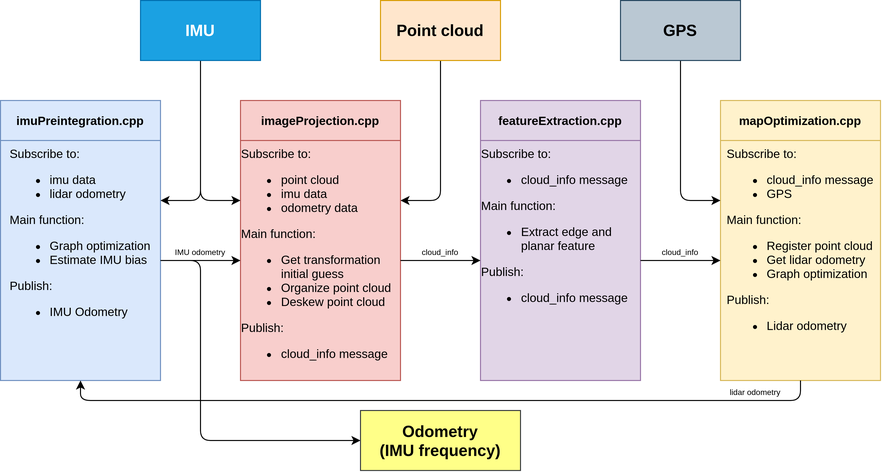
The draw.io diagram config/doc/system.png in navifra-lab/multicam_texturing, before a commit. Source tidied: cells renumbered, new cells last; positions are measured from the earlier drawing's top-left corner, leaving out a move shared by most shapes. The source it was exported from:
```xml
<mxGraphModel>
  <root>
    <mxCell id="0" />
    <mxCell id="1" parent="0" />
    <mxCell id="2" value="&lt;div style=&quot;text-align: left&quot;&gt;&lt;br&gt;&lt;/div&gt;" style="rounded=0;whiteSpace=wrap;html=1;fillColor=#fff2cc;strokeColor=#d6b656;" parent="1" vertex="1">
      <mxGeometry x="720" y="140" width="160" height="240" as="geometry" />
    </mxCell>
    <mxCell id="3" value="&lt;div style=&quot;text-align: left&quot;&gt;&lt;br&gt;&lt;/div&gt;" style="rounded=0;whiteSpace=wrap;html=1;fillColor=#e1d5e7;strokeColor=#9673a6;" parent="1" vertex="1">
      <mxGeometry x="480" y="140" width="160" height="240" as="geometry" />
    </mxCell>
    <mxCell id="4" value="&lt;div style=&quot;text-align: left&quot;&gt;&lt;br&gt;&lt;/div&gt;" style="rounded=0;whiteSpace=wrap;html=1;fillColor=#f8cecc;strokeColor=#b85450;" parent="1" vertex="1">
      <mxGeometry x="240" y="140" width="160" height="240" as="geometry" />
    </mxCell>
    <mxCell id="5" value="featureExtraction.cpp" style="rounded=0;whiteSpace=wrap;html=1;fillColor=#e1d5e7;strokeColor=#9673a6;fontStyle=1;" parent="1" vertex="1">
      <mxGeometry x="480" y="100" width="160" height="40" as="geometry" />
    </mxCell>
    <mxCell id="6" value="&lt;div style=&quot;text-align: left&quot;&gt;&lt;br&gt;&lt;/div&gt;" style="rounded=0;whiteSpace=wrap;html=1;fillColor=#dae8fc;strokeColor=#6c8ebf;" parent="1" vertex="1">
      <mxGeometry y="140" width="160" height="240" as="geometry" />
    </mxCell>
    <mxCell id="7" value="imageProjection.cpp" style="rounded=0;whiteSpace=wrap;html=1;fillColor=#f8cecc;strokeColor=#b85450;fontStyle=1;" parent="1" vertex="1">
      <mxGeometry x="240" y="100" width="160" height="40" as="geometry" />
    </mxCell>
    <mxCell id="8" style="edgeStyle=orthogonalEdgeStyle;rounded=1;jettySize=auto;html=1;entryX=0;entryY=0.5;entryDx=0;entryDy=0;" parent="1" edge="1" source="9" target="11">
      <mxGeometry relative="1" as="geometry" />
    </mxCell>
    <mxCell id="9" value="&lt;div style=&quot;text-align: left&quot;&gt;Subscribe to:&lt;/div&gt;&lt;div style=&quot;text-align: left&quot;&gt;&lt;ul&gt;&lt;li&gt;point cloud&lt;/li&gt;&lt;li&gt;imu data&lt;/li&gt;&lt;li&gt;odometry data&lt;/li&gt;&lt;/ul&gt;&lt;/div&gt;&lt;div style=&quot;text-align: left&quot;&gt;Main function:&lt;/div&gt;&lt;div style=&quot;text-align: left&quot;&gt;&lt;ul&gt;&lt;li&gt;Get transformation initial guess&lt;/li&gt;&lt;li&gt;Organize point cloud&lt;/li&gt;&lt;li&gt;Deskew point cloud&lt;/li&gt;&lt;/ul&gt;&lt;div&gt;Publish:&lt;/div&gt;&lt;div&gt;&lt;ul&gt;&lt;li&gt;cloud_info message&lt;/li&gt;&lt;/ul&gt;&lt;/div&gt;&lt;/div&gt;" style="text;html=1;strokeColor=none;fillColor=none;align=center;verticalAlign=top;whiteSpace=wrap;rounded=0;" parent="1" vertex="1">
      <mxGeometry x="240" y="140" width="160" height="240" as="geometry" />
    </mxCell>
    <mxCell id="10" style="edgeStyle=orthogonalEdgeStyle;rounded=1;jettySize=auto;html=1;entryX=0;entryY=0.5;entryDx=0;entryDy=0;" parent="1" edge="1" source="11" target="13">
      <mxGeometry relative="1" as="geometry" />
    </mxCell>
    <mxCell id="11" value="&lt;div style=&quot;text-align: left&quot;&gt;Subscribe to:&lt;/div&gt;&lt;div style=&quot;text-align: left&quot;&gt;&lt;ul&gt;&lt;li&gt;cloud_info message&lt;/li&gt;&lt;/ul&gt;&lt;/div&gt;&lt;div style=&quot;text-align: left&quot;&gt;Main function:&lt;/div&gt;&lt;div style=&quot;text-align: left&quot;&gt;&lt;ul&gt;&lt;li&gt;Extract edge and planar feature&lt;/li&gt;&lt;/ul&gt;&lt;div&gt;Publish:&lt;/div&gt;&lt;div&gt;&lt;ul&gt;&lt;li&gt;cloud_info message&lt;/li&gt;&lt;/ul&gt;&lt;/div&gt;&lt;/div&gt;" style="text;html=1;strokeColor=none;fillColor=none;align=center;verticalAlign=top;whiteSpace=wrap;rounded=0;" parent="1" vertex="1">
      <mxGeometry x="480" y="140" width="160" height="240" as="geometry" />
    </mxCell>
    <mxCell id="12" style="edgeStyle=orthogonalEdgeStyle;rounded=1;jettySize=auto;html=1;entryX=0.5;entryY=1;entryDx=0;entryDy=0;" parent="1" edge="1" source="13" target="16">
      <mxGeometry relative="1" as="geometry">
        <Array as="points">
          <mxPoint x="800" y="400" />
          <mxPoint x="80" y="400" />
        </Array>
      </mxGeometry>
    </mxCell>
    <mxCell id="13" value="&lt;div style=&quot;text-align: left&quot;&gt;Subscribe to:&lt;/div&gt;&lt;div style=&quot;text-align: left&quot;&gt;&lt;ul&gt;&lt;li&gt;cloud_info message&lt;/li&gt;&lt;li&gt;GPS&lt;/li&gt;&lt;/ul&gt;&lt;/div&gt;&lt;div style=&quot;text-align: left&quot;&gt;Main function:&lt;/div&gt;&lt;div style=&quot;text-align: left&quot;&gt;&lt;ul&gt;&lt;li&gt;Register point cloud&lt;/li&gt;&lt;li&gt;Get lidar odometry&lt;/li&gt;&lt;li&gt;Graph optimization&lt;/li&gt;&lt;/ul&gt;&lt;div&gt;Publish:&lt;/div&gt;&lt;div&gt;&lt;ul&gt;&lt;li&gt;Lidar odometry&lt;/li&gt;&lt;/ul&gt;&lt;/div&gt;&lt;/div&gt;" style="text;html=1;strokeColor=none;fillColor=none;align=center;verticalAlign=top;whiteSpace=wrap;rounded=0;" parent="1" vertex="1">
      <mxGeometry x="720" y="140" width="160" height="240" as="geometry" />
    </mxCell>
    <mxCell id="14" style="edgeStyle=orthogonalEdgeStyle;rounded=1;jettySize=auto;html=1;entryX=0;entryY=0.5;entryDx=0;entryDy=0;" parent="1" edge="1" source="16" target="9">
      <mxGeometry relative="1" as="geometry" />
    </mxCell>
    <mxCell id="15" style="edgeStyle=orthogonalEdgeStyle;rounded=1;jettySize=auto;html=1;entryX=0;entryY=0.5;entryDx=0;entryDy=0;" parent="1" edge="1" source="16" target="30">
      <mxGeometry relative="1" as="geometry">
        <Array as="points">
          <mxPoint x="200" y="260" />
          <mxPoint x="200" y="440" />
        </Array>
      </mxGeometry>
    </mxCell>
    <mxCell id="16" value="&lt;div style=&quot;text-align: left&quot;&gt;Subscribe to:&lt;/div&gt;&lt;div style=&quot;text-align: left&quot;&gt;&lt;ul&gt;&lt;li&gt;imu data&lt;/li&gt;&lt;li&gt;lidar odometry&lt;/li&gt;&lt;/ul&gt;&lt;/div&gt;&lt;div style=&quot;text-align: left&quot;&gt;Main function:&lt;/div&gt;&lt;div style=&quot;text-align: left&quot;&gt;&lt;ul&gt;&lt;li&gt;Graph optimization&lt;/li&gt;&lt;li&gt;Estimate IMU bias&lt;/li&gt;&lt;/ul&gt;&lt;div&gt;Publish:&lt;/div&gt;&lt;div&gt;&lt;ul&gt;&lt;li&gt;IMU Odometry&lt;/li&gt;&lt;/ul&gt;&lt;/div&gt;&lt;/div&gt;" style="text;html=1;strokeColor=none;fillColor=none;align=center;verticalAlign=top;whiteSpace=wrap;rounded=0;" parent="1" vertex="1">
      <mxGeometry y="140" width="160" height="240" as="geometry" />
    </mxCell>
    <mxCell id="17" value="mapOptimization.cpp" style="rounded=0;whiteSpace=wrap;html=1;fillColor=#fff2cc;strokeColor=#d6b656;fontStyle=1;" parent="1" vertex="1">
      <mxGeometry x="720" y="100" width="160" height="40" as="geometry" />
    </mxCell>
    <mxCell id="18" value="imuPreintegration.cpp" style="rounded=0;whiteSpace=wrap;html=1;fillColor=#dae8fc;strokeColor=#6c8ebf;fontStyle=1;" parent="1" vertex="1">
      <mxGeometry y="100" width="160" height="40" as="geometry" />
    </mxCell>
    <mxCell id="19" style="edgeStyle=orthogonalEdgeStyle;rounded=1;jettySize=auto;html=1;entryX=0;entryY=0.25;entryDx=0;entryDy=0;" parent="1" edge="1" source="21" target="9">
      <mxGeometry relative="1" as="geometry" />
    </mxCell>
    <mxCell id="20" style="edgeStyle=orthogonalEdgeStyle;rounded=1;jettySize=auto;html=1;entryX=1;entryY=0.25;entryDx=0;entryDy=0;" parent="1" edge="1" source="21" target="16">
      <mxGeometry relative="1" as="geometry" />
    </mxCell>
    <mxCell id="21" value="IMU" style="rounded=0;whiteSpace=wrap;html=1;fillColor=#1ba1e2;strokeColor=#006EAF;fontColor=#ffffff;fontSize=16;fontStyle=1;" parent="1" vertex="1">
      <mxGeometry x="140" width="120" height="60" as="geometry" />
    </mxCell>
    <mxCell id="22" style="edgeStyle=orthogonalEdgeStyle;rounded=1;jettySize=auto;html=1;entryX=1;entryY=0.25;entryDx=0;entryDy=0;" parent="1" edge="1" source="23" target="9">
      <mxGeometry relative="1" as="geometry" />
    </mxCell>
    <mxCell id="23" value="Point cloud" style="rounded=0;whiteSpace=wrap;html=1;fillColor=#ffe6cc;strokeColor=#d79b00;fontSize=16;fontStyle=1;" parent="1" vertex="1">
      <mxGeometry x="380" width="120" height="60" as="geometry" />
    </mxCell>
    <mxCell id="24" style="edgeStyle=orthogonalEdgeStyle;rounded=1;jettySize=auto;html=1;entryX=0;entryY=0.25;entryDx=0;entryDy=0;" parent="1" edge="1" source="25" target="13">
      <mxGeometry relative="1" as="geometry" />
    </mxCell>
    <mxCell id="25" value="GPS" style="rounded=0;whiteSpace=wrap;html=1;fillColor=#bac8d3;strokeColor=#23445d;fontSize=16;fontStyle=1;" parent="1" vertex="1">
      <mxGeometry x="620" width="120" height="60" as="geometry" />
    </mxCell>
    <mxCell id="26" value="&lt;font style=&quot;font-size: 8px&quot;&gt;cloud_info&lt;/font&gt;" style="text;html=1;strokeColor=none;fillColor=none;align=center;verticalAlign=middle;whiteSpace=wrap;rounded=0;" parent="1" vertex="1">
      <mxGeometry x="420" y="240" width="40" height="20" as="geometry" />
    </mxCell>
    <mxCell id="27" value="&lt;font style=&quot;font-size: 8px&quot;&gt;cloud_info&lt;/font&gt;" style="text;html=1;strokeColor=none;fillColor=none;align=center;verticalAlign=middle;whiteSpace=wrap;rounded=0;" parent="1" vertex="1">
      <mxGeometry x="660" y="240" width="40" height="20" as="geometry" />
    </mxCell>
    <mxCell id="28" value="&lt;font style=&quot;font-size: 8px&quot;&gt;lidar odometry&lt;/font&gt;" style="text;html=1;strokeColor=none;fillColor=none;align=center;verticalAlign=middle;whiteSpace=wrap;rounded=0;" parent="1" vertex="1">
      <mxGeometry x="720" y="380" width="70" height="20" as="geometry" />
    </mxCell>
    <mxCell id="29" value="&lt;font style=&quot;font-size: 8px&quot;&gt;IMU odometry&lt;/font&gt;" style="text;html=1;strokeColor=none;fillColor=none;align=center;verticalAlign=middle;whiteSpace=wrap;rounded=0;" parent="1" vertex="1">
      <mxGeometry x="165" y="240" width="70" height="20" as="geometry" />
    </mxCell>
    <mxCell id="30" value="Odometry&lt;br style=&quot;font-size: 16px;&quot;&gt;(IMU frequency)" style="rounded=0;whiteSpace=wrap;html=1;fillColor=#ffff88;strokeColor=#36393d;fontSize=16;fontStyle=1;" parent="1" vertex="1">
      <mxGeometry x="360" y="410" width="160" height="60" as="geometry" />
    </mxCell>
  </root>
</mxGraphModel>
```
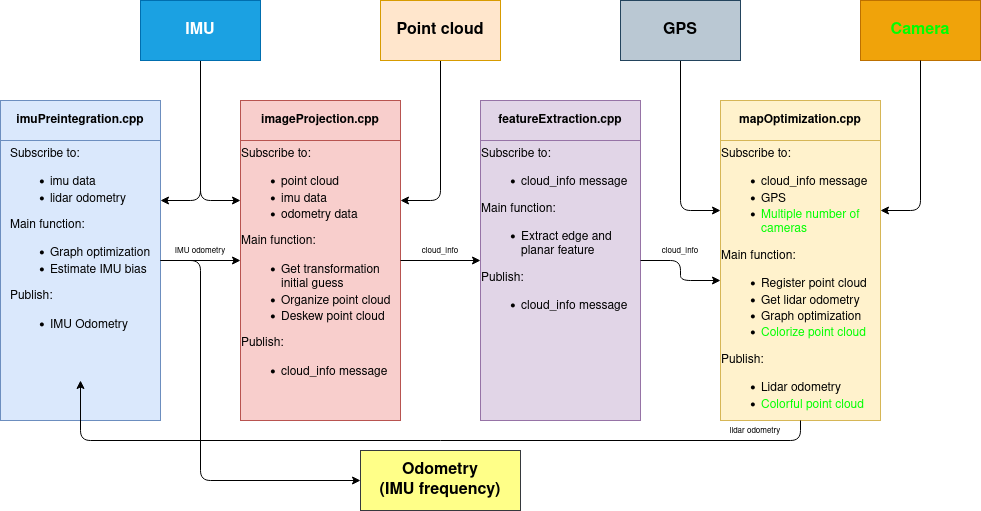
Above is the later version.

Change to the diagram source:
```diff
@@ -3,19 +3,19 @@
     <mxCell id="0" />
     <mxCell id="1" parent="0" />
     <mxCell id="2" value="&lt;div style=&quot;text-align: left&quot;&gt;&lt;br&gt;&lt;/div&gt;" style="rounded=0;whiteSpace=wrap;html=1;fillColor=#fff2cc;strokeColor=#d6b656;" parent="1" vertex="1">
-      <mxGeometry x="720" y="140" width="160" height="240" as="geometry" />
+      <mxGeometry x="720" y="140" width="160" height="280" as="geometry" />
     </mxCell>
     <mxCell id="3" value="&lt;div style=&quot;text-align: left&quot;&gt;&lt;br&gt;&lt;/div&gt;" style="rounded=0;whiteSpace=wrap;html=1;fillColor=#e1d5e7;strokeColor=#9673a6;" parent="1" vertex="1">
-      <mxGeometry x="480" y="140" width="160" height="240" as="geometry" />
+      <mxGeometry x="480" y="140" width="160" height="280" as="geometry" />
     </mxCell>
     <mxCell id="4" value="&lt;div style=&quot;text-align: left&quot;&gt;&lt;br&gt;&lt;/div&gt;" style="rounded=0;whiteSpace=wrap;html=1;fillColor=#f8cecc;strokeColor=#b85450;" parent="1" vertex="1">
-      <mxGeometry x="240" y="140" width="160" height="240" as="geometry" />
+      <mxGeometry x="240" y="140" width="160" height="280" as="geometry" />
     </mxCell>
     <mxCell id="5" value="featureExtraction.cpp" style="rounded=0;whiteSpace=wrap;html=1;fillColor=#e1d5e7;strokeColor=#9673a6;fontStyle=1;" parent="1" vertex="1">
       <mxGeometry x="480" y="100" width="160" height="40" as="geometry" />
     </mxCell>
     <mxCell id="6" value="&lt;div style=&quot;text-align: left&quot;&gt;&lt;br&gt;&lt;/div&gt;" style="rounded=0;whiteSpace=wrap;html=1;fillColor=#dae8fc;strokeColor=#6c8ebf;" parent="1" vertex="1">
-      <mxGeometry y="140" width="160" height="240" as="geometry" />
+      <mxGeometry y="140" width="160" height="280" as="geometry" />
     </mxCell>
     <mxCell id="7" value="imageProjection.cpp" style="rounded=0;whiteSpace=wrap;html=1;fillColor=#f8cecc;strokeColor=#b85450;fontStyle=1;" parent="1" vertex="1">
       <mxGeometry x="240" y="100" width="160" height="40" as="geometry" />
@@ -35,13 +35,13 @@
     <mxCell id="12" style="edgeStyle=orthogonalEdgeStyle;rounded=1;jettySize=auto;html=1;entryX=0.5;entryY=1;entryDx=0;entryDy=0;" parent="1" edge="1" source="13" target="16">
       <mxGeometry relative="1" as="geometry">
         <Array as="points">
-          <mxPoint x="800" y="400" />
-          <mxPoint x="80" y="400" />
+          <mxPoint x="800" y="440" />
+          <mxPoint x="80" y="440" />
         </Array>
       </mxGeometry>
     </mxCell>
-    <mxCell id="13" value="&lt;div style=&quot;text-align: left&quot;&gt;Subscribe to:&lt;/div&gt;&lt;div style=&quot;text-align: left&quot;&gt;&lt;ul&gt;&lt;li&gt;cloud_info message&lt;/li&gt;&lt;li&gt;GPS&lt;/li&gt;&lt;/ul&gt;&lt;/div&gt;&lt;div style=&quot;text-align: left&quot;&gt;Main function:&lt;/div&gt;&lt;div style=&quot;text-align: left&quot;&gt;&lt;ul&gt;&lt;li&gt;Register point cloud&lt;/li&gt;&lt;li&gt;Get lidar odometry&lt;/li&gt;&lt;li&gt;Graph optimization&lt;/li&gt;&lt;/ul&gt;&lt;div&gt;Publish:&lt;/div&gt;&lt;div&gt;&lt;ul&gt;&lt;li&gt;Lidar odometry&lt;/li&gt;&lt;/ul&gt;&lt;/div&gt;&lt;/div&gt;" style="text;html=1;strokeColor=none;fillColor=none;align=center;verticalAlign=top;whiteSpace=wrap;rounded=0;" parent="1" vertex="1">
-      <mxGeometry x="720" y="140" width="160" height="240" as="geometry" />
+    <mxCell id="13" value="&lt;div style=&quot;text-align: left&quot;&gt;Subscribe to:&lt;/div&gt;&lt;div style=&quot;text-align: left&quot;&gt;&lt;ul&gt;&lt;li&gt;cloud_info message&lt;/li&gt;&lt;li&gt;GPS&lt;/li&gt;&lt;li&gt;&lt;font color=&quot;#00ff00&quot;&gt;Multiple number of cameras&lt;/font&gt;&lt;br&gt;&lt;/li&gt;&lt;/ul&gt;&lt;/div&gt;&lt;div style=&quot;text-align: left&quot;&gt;Main function:&lt;/div&gt;&lt;div style=&quot;text-align: left&quot;&gt;&lt;ul&gt;&lt;li&gt;Register point cloud&lt;/li&gt;&lt;li&gt;Get lidar odometry&lt;/li&gt;&lt;li&gt;Graph optimization&lt;/li&gt;&lt;li&gt;&lt;font color=&quot;#00ff00&quot;&gt;Colorize point cloud&lt;/font&gt;&lt;br&gt;&lt;/li&gt;&lt;/ul&gt;&lt;div&gt;Publish:&lt;/div&gt;&lt;div&gt;&lt;ul&gt;&lt;li&gt;Lidar odometry&lt;/li&gt;&lt;li&gt;&lt;font color=&quot;#00ff00&quot;&gt;Colorful point cloud&lt;/font&gt;&lt;br&gt;&lt;/li&gt;&lt;/ul&gt;&lt;/div&gt;&lt;/div&gt;" style="text;html=1;strokeColor=none;fillColor=none;align=center;verticalAlign=top;whiteSpace=wrap;rounded=0;" parent="1" vertex="1">
+      <mxGeometry x="720" y="140" width="160" height="280" as="geometry" />
     </mxCell>
     <mxCell id="14" style="edgeStyle=orthogonalEdgeStyle;rounded=1;jettySize=auto;html=1;entryX=0;entryY=0.5;entryDx=0;entryDy=0;" parent="1" edge="1" source="16" target="9">
       <mxGeometry relative="1" as="geometry" />
@@ -50,7 +50,7 @@
       <mxGeometry relative="1" as="geometry">
         <Array as="points">
           <mxPoint x="200" y="260" />
-          <mxPoint x="200" y="440" />
+          <mxPoint x="200" y="480" />
         </Array>
       </mxGeometry>
     </mxCell>
@@ -91,13 +91,19 @@
       <mxGeometry x="660" y="240" width="40" height="20" as="geometry" />
     </mxCell>
     <mxCell id="28" value="&lt;font style=&quot;font-size: 8px&quot;&gt;lidar odometry&lt;/font&gt;" style="text;html=1;strokeColor=none;fillColor=none;align=center;verticalAlign=middle;whiteSpace=wrap;rounded=0;" parent="1" vertex="1">
-      <mxGeometry x="720" y="380" width="70" height="20" as="geometry" />
+      <mxGeometry x="720" y="380" width="70" height="100" as="geometry" />
     </mxCell>
     <mxCell id="29" value="&lt;font style=&quot;font-size: 8px&quot;&gt;IMU odometry&lt;/font&gt;" style="text;html=1;strokeColor=none;fillColor=none;align=center;verticalAlign=middle;whiteSpace=wrap;rounded=0;" parent="1" vertex="1">
       <mxGeometry x="165" y="240" width="70" height="20" as="geometry" />
     </mxCell>
     <mxCell id="30" value="Odometry&lt;br style=&quot;font-size: 16px;&quot;&gt;(IMU frequency)" style="rounded=0;whiteSpace=wrap;html=1;fillColor=#ffff88;strokeColor=#36393d;fontSize=16;fontStyle=1;" parent="1" vertex="1">
-      <mxGeometry x="360" y="410" width="160" height="60" as="geometry" />
+      <mxGeometry x="360" y="450" width="160" height="60" as="geometry" />
     </mxCell>
+    <mxCell id="31" value="&lt;font color=&quot;#00ff00&quot;&gt;Camera&lt;/font&gt;" style="rounded=0;whiteSpace=wrap;html=1;fillColor=#f0a30a;strokeColor=#BD7000;fontSize=16;fontStyle=1;fontColor=#000000;" parent="1" vertex="1">
+      <mxGeometry x="860" width="120" height="60" as="geometry" />
+    </mxCell>
+    <mxCell id="32" style="edgeStyle=orthogonalEdgeStyle;rounded=1;jettySize=auto;html=1;entryX=1;entryY=0.25;entryDx=0;entryDy=0;exitX=0.5;exitY=1;exitDx=0;exitDy=0;" parent="1" edge="1" source="31" target="13">
+      <mxGeometry relative="1" as="geometry" />
+    </mxCell>
   </root>
 </mxGraphModel>
```
